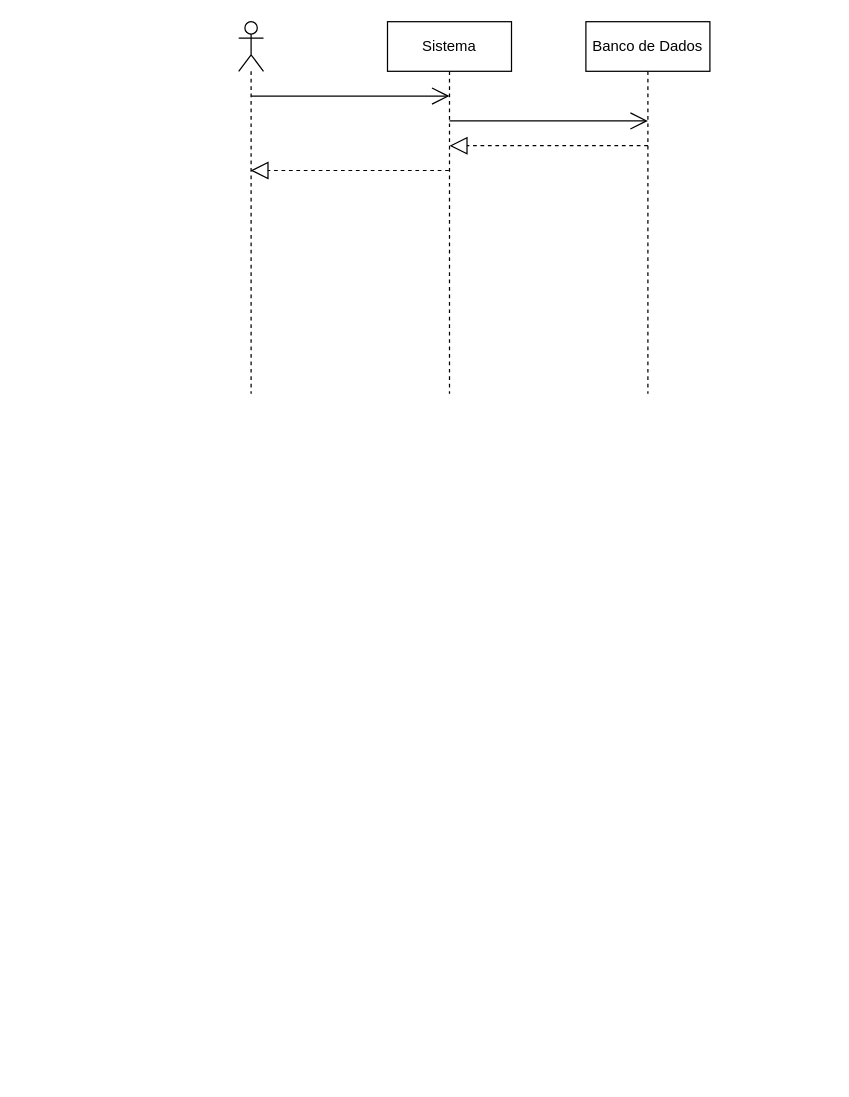
This is page "Editar dados Funcionário" (13 of 22) of diagramas/sequencias.drawio from lauraesilva-design/SistemaGest-o-Escolar, a draw.io file, before an edit. Source tidied: cells renumbered, new cells numbered last; positions are measured from the earlier drawing's top-left corner, leaving out a move shared by most shapes. Both pictures are drawn from the tidied source at 124%, with x=0, y=0 at pixel (238, 21).
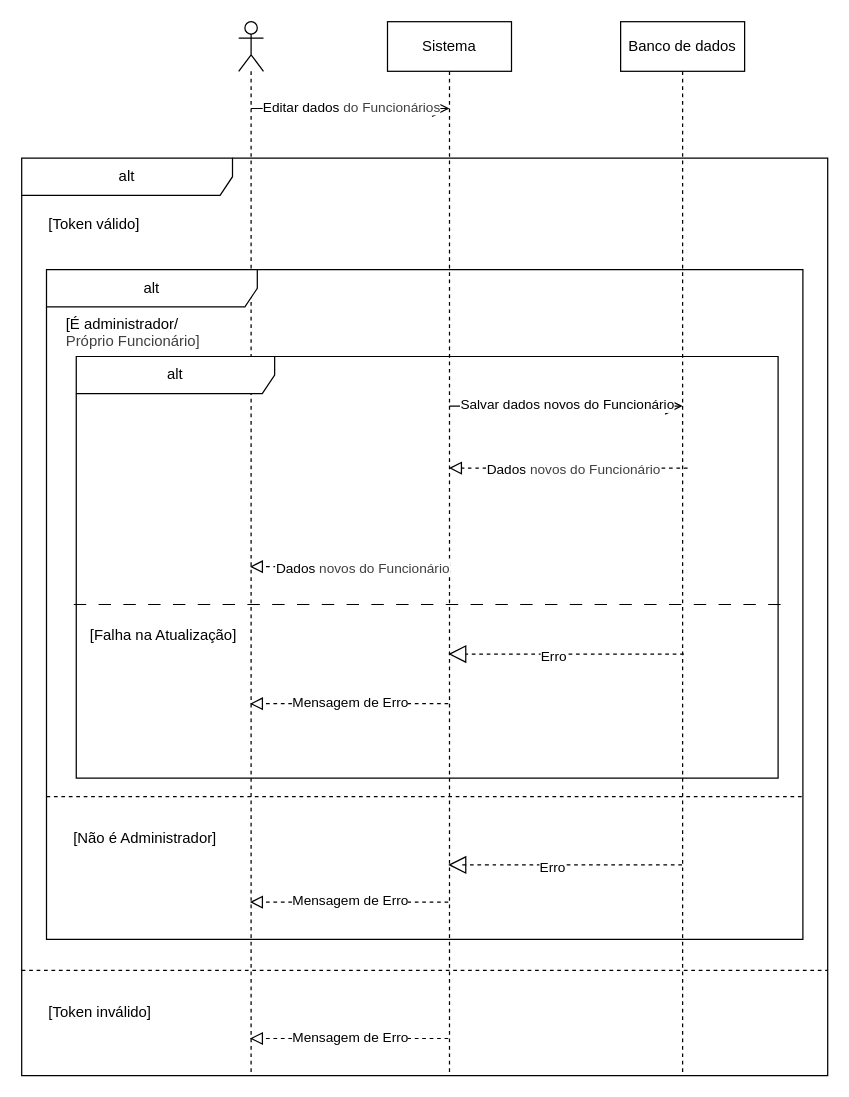
After the change.

Change to the diagram source:
```diff
@@
-    <mxCell id="2" style="shape=umlLifeline;perimeter=lifelinePerimeter;whiteSpace=wrap;html=1;outlineConnect=0;portConstraint=eastwest;newEdgeStyle={&quot;curved&quot;:0,&quot;rounded&quot;:0};participant=umlActor;" parent="1" vertex="1">
-      <mxGeometry width="20" height="300" as="geometry" />
-    </mxCell>
+    <mxCell id="9" style="shape=umlLifeline;perimeter=lifelinePerimeter;whiteSpace=wrap;html=1;newEdgeStyle={&quot;curved&quot;:0,&quot;rounded&quot;:0};participant=umlActor;" parent="1" vertex="1">
+      <mxGeometry width="20" height="850" as="geometry" />
+    </mxCell>
     <mxCell id="3" value="Sistema" style="shape=umlLifeline;perimeter=lifelinePerimeter;whiteSpace=wrap;html=1;outlineConnect=0;portConstraint=eastwest;newEdgeStyle={&quot;curved&quot;:0,&quot;rounded&quot;:0};" parent="1" vertex="1">
-      <mxGeometry x="120" width="100" height="300" as="geometry" />
+      <mxGeometry x="120" width="100" height="850" as="geometry" />
     </mxCell>
-    <mxCell id="4" value="Banco de Dados" style="shape=umlLifeline;perimeter=lifelinePerimeter;whiteSpace=wrap;html=1;newEdgeStyle={&quot;curved&quot;:0,&quot;rounded&quot;:0};" parent="1" vertex="1">
-      <mxGeometry x="280" width="100" height="300" as="geometry" />
-    </mxCell>
-    <mxCell id="5" style="endArrow=open;endFill=1;endSize=12;html=1;" parent="1" edge="1">
-      <mxGeometry relative="1" as="geometry">
-        <mxPoint x="10" y="60" as="sourcePoint" />
-        <mxPoint x="170" y="60" as="targetPoint" />
-      </mxGeometry>
-    </mxCell>
-    <mxCell id="6" style="endArrow=open;endFill=1;endSize=12;html=1;" parent="1" edge="1">
-      <mxGeometry relative="1" as="geometry">
-        <mxPoint x="170" y="80" as="sourcePoint" />
-        <mxPoint x="330" y="80" as="targetPoint" />
-      </mxGeometry>
-    </mxCell>
-    <mxCell id="7" style="endArrow=block;dashed=1;endFill=0;endSize=12;html=1;" parent="1" edge="1">
-      <mxGeometry relative="1" as="geometry">
-        <mxPoint x="330" y="100" as="sourcePoint" />
-        <mxPoint x="170" y="100" as="targetPoint" />
-      </mxGeometry>
-    </mxCell>
-    <mxCell id="8" style="endArrow=block;dashed=1;endFill=0;endSize=12;html=1;" parent="1" edge="1" source="3" target="2">
-      <mxGeometry relative="1" as="geometry">
-        <Array as="points">
-          <mxPoint x="120" y="120" />
-        </Array>
-      </mxGeometry>
-    </mxCell>
+    <mxCell id="10" value="Banco de dados" style="shape=umlLifeline;perimeter=lifelinePerimeter;whiteSpace=wrap;html=1;newEdgeStyle={&quot;curved&quot;:0,&quot;rounded&quot;:0};" parent="1" vertex="1">
+      <mxGeometry x="308" width="100" height="850" as="geometry" />
+    </mxCell>
+    <mxCell id="11" style="endArrow=open;endFill=1;endSize=12;html=1;" parent="1" edge="1">
+      <mxGeometry relative="1" as="geometry">
+        <mxPoint x="10" y="70" as="sourcePoint" />
+        <mxPoint x="170" y="70" as="targetPoint" />
+      </mxGeometry>
+    </mxCell>
+    <mxCell id="12" value="&lt;span style=&quot;background-color: light-dark(#ffffff, var(--ge-dark-color, #121212));&quot;&gt;&lt;font color=&quot;#000000&quot;&gt;Editar dados&lt;/font&gt;&lt;/span&gt;&lt;span style=&quot;background-color: light-dark(#ffffff, var(--ge-dark-color, #121212)); color: rgb(63, 63, 63);&quot;&gt; do Funcionários&lt;/span&gt;" style="edgeLabel;html=1;align=center;verticalAlign=middle;" parent="11" vertex="1">
+      <mxGeometry relative="1" as="geometry">
+        <mxPoint y="-2" as="offset" />
+      </mxGeometry>
+    </mxCell>
+    <mxCell id="13" value="alt" style="shape=umlFrame;whiteSpace=wrap;html=1;width=170;" parent="1" vertex="1">
+      <mxGeometry x="-175" y="110" width="650" height="740" as="geometry" />
+    </mxCell>
+    <mxCell id="14" value="[Token válido]" style="text;html=1;" parent="13" vertex="1">
+      <mxGeometry width="160" height="20" relative="1" as="geometry">
+        <mxPoint x="20" y="40" as="offset" />
+      </mxGeometry>
+    </mxCell>
+    <mxCell id="15" value="alt" style="shape=umlFrame;whiteSpace=wrap;html=1;width=170;" parent="13" vertex="1">
+      <mxGeometry x="20" y="90" width="610" height="540" as="geometry" />
+    </mxCell>
+    <mxCell id="16" value="[É administrador/&lt;br&gt;&lt;div&gt;&lt;span style=&quot;color: rgb(63, 63, 63); background-color: transparent;&quot;&gt;&lt;span style=&quot;color: rgb(63, 63, 63); background-color: transparent;&quot;&gt;Próprio Funcionário&lt;/span&gt;]&lt;/span&gt;&lt;/div&gt;" style="text;html=1;" parent="15" vertex="1">
+      <mxGeometry width="160" height="20" relative="1" as="geometry">
+        <mxPoint x="14" y="30" as="offset" />
+      </mxGeometry>
+    </mxCell>
+    <mxCell id="17" value="[Não é Administrador]" style="line;strokeWidth=1;dashed=1;labelPosition=center;verticalLabelPosition=bottom;align=left;verticalAlign=top;spacingLeft=20;spacingTop=15;html=1;whiteSpace=wrap;" parent="15" vertex="1">
+      <mxGeometry y="420" width="610" height="10" as="geometry" />
+    </mxCell>
+    <mxCell id="18" style="endArrow=block;startArrow=none;endFill=0;startFill=0;endSize=8;html=1;verticalAlign=bottom;dashed=1;labelBackgroundColor=none;" parent="15" edge="1">
+      <mxGeometry relative="1" as="geometry">
+        <mxPoint x="324" y="510" as="sourcePoint" />
+        <mxPoint x="164" y="510" as="targetPoint" />
+      </mxGeometry>
+    </mxCell>
+    <mxCell id="19" value="Mensagem de Erro" style="edgeLabel;html=1;align=center;verticalAlign=middle;" parent="18" vertex="1">
+      <mxGeometry relative="1" as="geometry">
+        <mxPoint y="-2" as="offset" />
+      </mxGeometry>
+    </mxCell>
+    <mxCell id="20" style="endArrow=block;dashed=1;endFill=0;endSize=12;html=1;" parent="15" edge="1">
+      <mxGeometry relative="1" as="geometry">
+        <mxPoint x="512.5" y="480" as="sourcePoint" />
+        <mxPoint x="324" y="480" as="targetPoint" />
+        <Array as="points">
+          <mxPoint x="434.5" y="480" />
+          <mxPoint x="384" y="480" />
+          <mxPoint x="364" y="480" />
+          <mxPoint x="344" y="480" />
+          <mxPoint x="334" y="480" />
+        </Array>
+      </mxGeometry>
+    </mxCell>
+    <mxCell id="21" value="Erro" style="edgeLabel;html=1;align=center;verticalAlign=middle;" parent="20" vertex="1">
+      <mxGeometry x="0.06" y="1" relative="1" as="geometry">
+        <mxPoint x="-5" as="offset" />
+      </mxGeometry>
+    </mxCell>
+    <mxCell id="22" value="alt" style="shape=umlFrame;whiteSpace=wrap;html=1;width=160;" parent="15" vertex="1">
+      <mxGeometry x="24" y="70" width="566" height="340" as="geometry" />
+    </mxCell>
+    <mxCell id="23" style="endArrow=open;endFill=1;endSize=12;html=1;" parent="22" edge="1">
+      <mxGeometry relative="1" as="geometry">
+        <mxPoint x="301" y="40" as="sourcePoint" />
+        <mxPoint x="489" y="40" as="targetPoint" />
+      </mxGeometry>
+    </mxCell>
+    <mxCell id="24" value="Salvar dados novos do Funcionário" style="edgeLabel;html=1;align=center;verticalAlign=middle;" parent="23" vertex="1">
+      <mxGeometry relative="1" as="geometry">
+        <mxPoint y="-2" as="offset" />
+      </mxGeometry>
+    </mxCell>
+    <mxCell id="25" style="endArrow=block;startArrow=none;endFill=0;startFill=0;endSize=8;html=1;verticalAlign=bottom;dashed=1;labelBackgroundColor=none;" parent="22" edge="1" target="3">
+      <mxGeometry relative="1" as="geometry">
+        <mxPoint x="493" y="90" as="sourcePoint" />
+        <Array as="points">
+          <mxPoint x="320" y="90" />
+        </Array>
+      </mxGeometry>
+    </mxCell>
+    <mxCell id="26" style="endArrow=block;startArrow=none;endFill=0;startFill=0;endSize=8;html=1;verticalAlign=bottom;dashed=1;labelBackgroundColor=none;" parent="22" edge="1">
+      <mxGeometry relative="1" as="geometry">
+        <mxPoint x="300" y="169.5" as="sourcePoint" />
+        <mxPoint x="140" y="169.5" as="targetPoint" />
+      </mxGeometry>
+    </mxCell>
+    <mxCell id="27" style="endArrow=none;startArrow=none;endFill=0;startFill=0;endSize=8;html=1;verticalAlign=bottom;dashed=1;labelBackgroundColor=none;dashPattern=10 10;" parent="22" edge="1">
+      <mxGeometry relative="1" as="geometry">
+        <mxPoint x="-2" y="200" as="sourcePoint" />
+        <mxPoint x="568" y="200" as="targetPoint" />
+      </mxGeometry>
+    </mxCell>
+    <mxCell id="28" value="&lt;span style=&quot;background-color: light-dark(#ffffff, var(--ge-dark-color, #121212));&quot;&gt;&lt;font color=&quot;#000000&quot;&gt;Dados&lt;/font&gt;&lt;/span&gt;&lt;span style=&quot;background-color: light-dark(#ffffff, var(--ge-dark-color, #121212)); color: rgb(63, 63, 63);&quot;&gt;&amp;nbsp;novos do Funcionário&lt;/span&gt;" style="edgeLabel;html=1;align=center;verticalAlign=middle;" parent="22" vertex="1">
+      <mxGeometry x="400" y="90" as="geometry" />
+    </mxCell>
+    <mxCell id="29" value="[Falha na Atualização]" style="text;html=1;align=center;verticalAlign=middle;strokeColor=none;fillColor=none;" parent="22" vertex="1">
+      <mxGeometry y="210" width="140" height="30" as="geometry" />
+    </mxCell>
+    <mxCell id="30" style="endArrow=block;dashed=1;endFill=0;endSize=12;html=1;" parent="22" edge="1">
+      <mxGeometry relative="1" as="geometry">
+        <mxPoint x="490" y="240" as="sourcePoint" />
+        <mxPoint x="300" y="240" as="targetPoint" />
+        <Array as="points">
+          <mxPoint x="410.5" y="240" />
+        </Array>
+      </mxGeometry>
+    </mxCell>
+    <mxCell id="31" value="Erro" style="edgeLabel;html=1;align=center;verticalAlign=middle;" parent="30" vertex="1">
+      <mxGeometry x="0.06" y="1" relative="1" as="geometry">
+        <mxPoint x="-5" as="offset" />
+      </mxGeometry>
+    </mxCell>
+    <mxCell id="32" style="endArrow=block;startArrow=none;endFill=0;startFill=0;endSize=8;html=1;verticalAlign=bottom;dashed=1;labelBackgroundColor=none;" parent="22" edge="1">
+      <mxGeometry relative="1" as="geometry">
+        <mxPoint x="300" y="280" as="sourcePoint" />
+        <mxPoint x="140" y="280" as="targetPoint" />
+      </mxGeometry>
+    </mxCell>
+    <mxCell id="33" value="Mensagem de Erro" style="edgeLabel;html=1;align=center;verticalAlign=middle;" parent="32" vertex="1">
+      <mxGeometry relative="1" as="geometry">
+        <mxPoint y="-2" as="offset" />
+      </mxGeometry>
+    </mxCell>
+    <mxCell id="34" value="&lt;span style=&quot;background-color: light-dark(#ffffff, var(--ge-dark-color, #121212));&quot;&gt;&lt;font color=&quot;#000000&quot;&gt;Dados&lt;/font&gt;&lt;/span&gt;&lt;span style=&quot;background-color: light-dark(#ffffff, var(--ge-dark-color, #121212)); color: rgb(63, 63, 63);&quot;&gt;&amp;nbsp;novos do Funcionário&lt;/span&gt;" style="edgeLabel;html=1;align=center;verticalAlign=middle;" parent="22" vertex="1">
+      <mxGeometry x="230" y="170" as="geometry" />
+    </mxCell>
+    <mxCell id="35" value="[Token inválido]" style="line;strokeWidth=1;dashed=1;labelPosition=center;verticalLabelPosition=bottom;align=left;verticalAlign=top;spacingLeft=20;spacingTop=15;html=1;whiteSpace=wrap;" parent="13" vertex="1">
+      <mxGeometry y="650" width="650" height="10" as="geometry" />
+    </mxCell>
+    <mxCell id="36" style="endArrow=block;startArrow=none;endFill=0;startFill=0;endSize=8;html=1;verticalAlign=bottom;dashed=1;labelBackgroundColor=none;" parent="13" edge="1">
+      <mxGeometry relative="1" as="geometry">
+        <mxPoint x="344" y="710" as="sourcePoint" />
+        <mxPoint x="184" y="710" as="targetPoint" />
+      </mxGeometry>
+    </mxCell>
+    <mxCell id="37" value="Mensagem de Erro" style="edgeLabel;html=1;align=center;verticalAlign=middle;" parent="36" vertex="1">
+      <mxGeometry relative="1" as="geometry">
+        <mxPoint y="-2" as="offset" />
+      </mxGeometry>
+    </mxCell>
```
